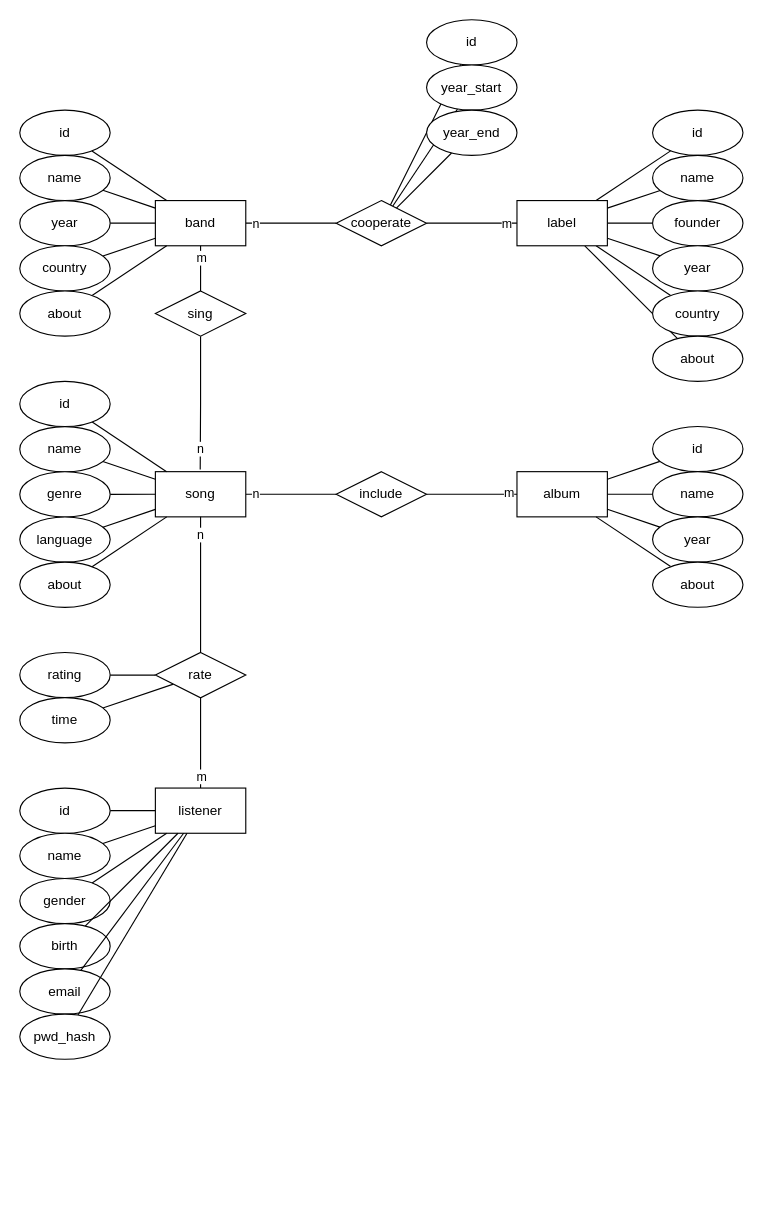
This is lab_01/db_er.drawio from denzhkko/bmstu_iu7_db, a draw.io file, before an edit. Source tidied: cells renumbered, new cells numbered last; positions are measured from the earlier drawing's top-left corner, leaving out a move shared by most shapes. Both pictures are drawn from the tidied source at 113%, with x=0, y=0 at pixel (19, 19).
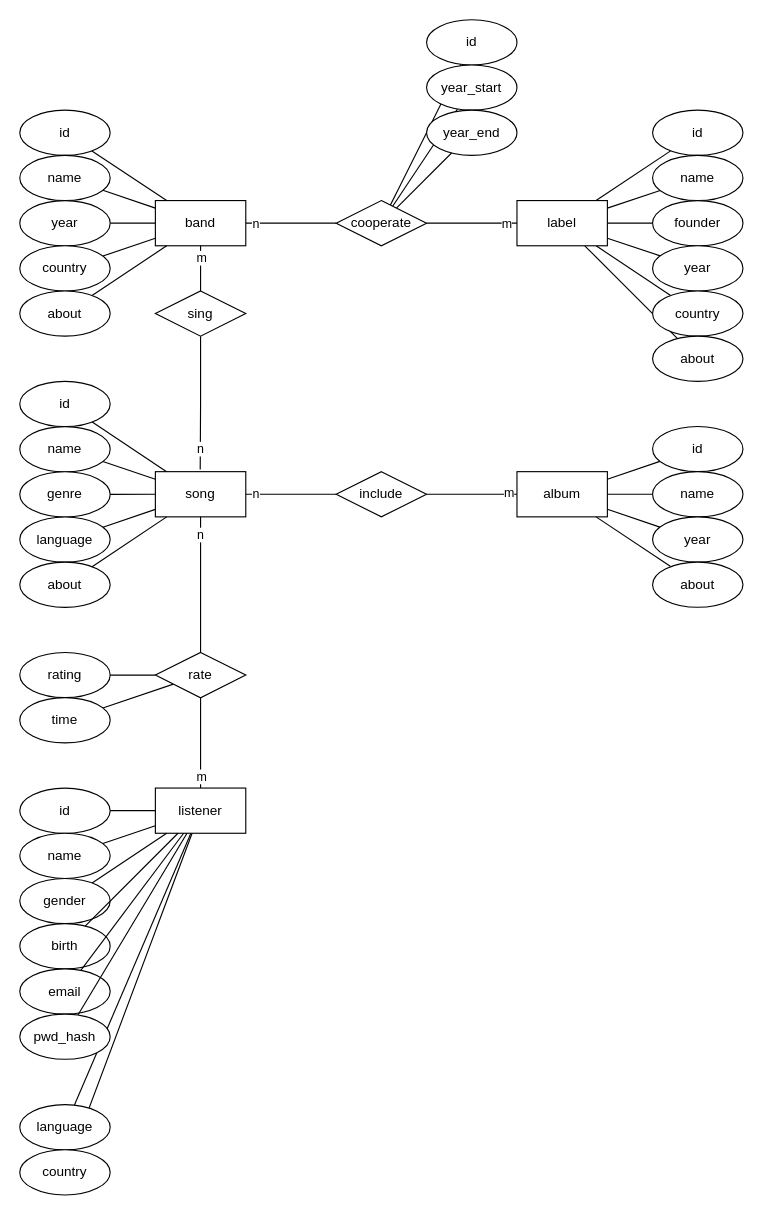
After the change.

Unchanged cells that the change refers to:
```xml
<mxCell id="11" value="listener" style="rounded=0;whiteSpace=wrap;html=1;" parent="1" vertex="1">
  <mxGeometry x="120" y="679.9" width="80" height="40" as="geometry" />
</mxCell>
```

Diff of the diagram source:
```diff
@@
+    <mxCell id="89" style="rounded=0;jettySize=auto;html=1;endArrow=none;endFill=0;" parent="1" edge="1" source="11" target="91">
+      <mxGeometry relative="1" as="geometry" />
+    </mxCell>
+    <mxCell id="90" style="edgeStyle=none;rounded=0;jettySize=auto;html=1;endArrow=none;endFill=0;" parent="1" edge="1" source="11" target="92">
+      <mxGeometry relative="1" as="geometry" />
+    </mxCell>
@@
+    <mxCell id="91" value="language" style="ellipse;whiteSpace=wrap;html=1;" parent="1" vertex="1">
+      <mxGeometry y="960" width="80" height="40" as="geometry" />
+    </mxCell>
+    <mxCell id="92" value="country" style="ellipse;whiteSpace=wrap;html=1;" parent="1" vertex="1">
+      <mxGeometry y="1000" width="80" height="40" as="geometry" />
+    </mxCell>
```
